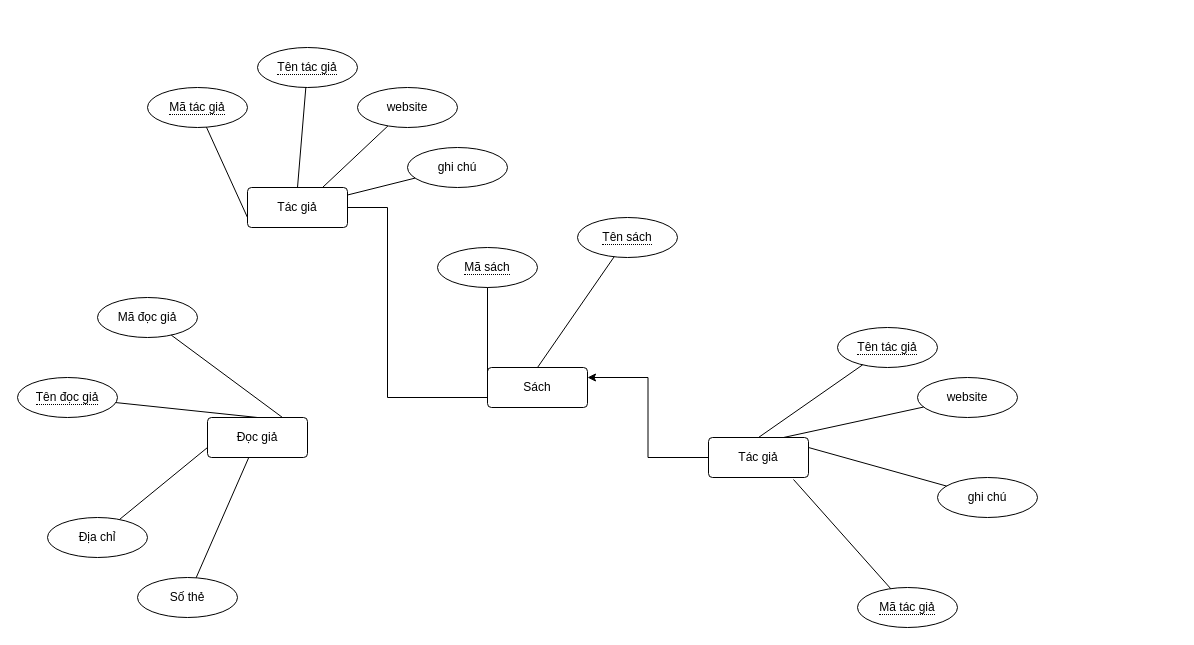
This is Biểu đồ không có tiêu đề.drawio from NhanNgocThach/Data_library, a draw.io file, before an edit. Source tidied: cells renumbered, new cells numbered last; positions are measured from the earlier drawing's top-left corner, leaving out a move shared by most shapes. Both pictures are drawn from the tidied source at 100%, with x=0, y=0 at pixel (17, 47).
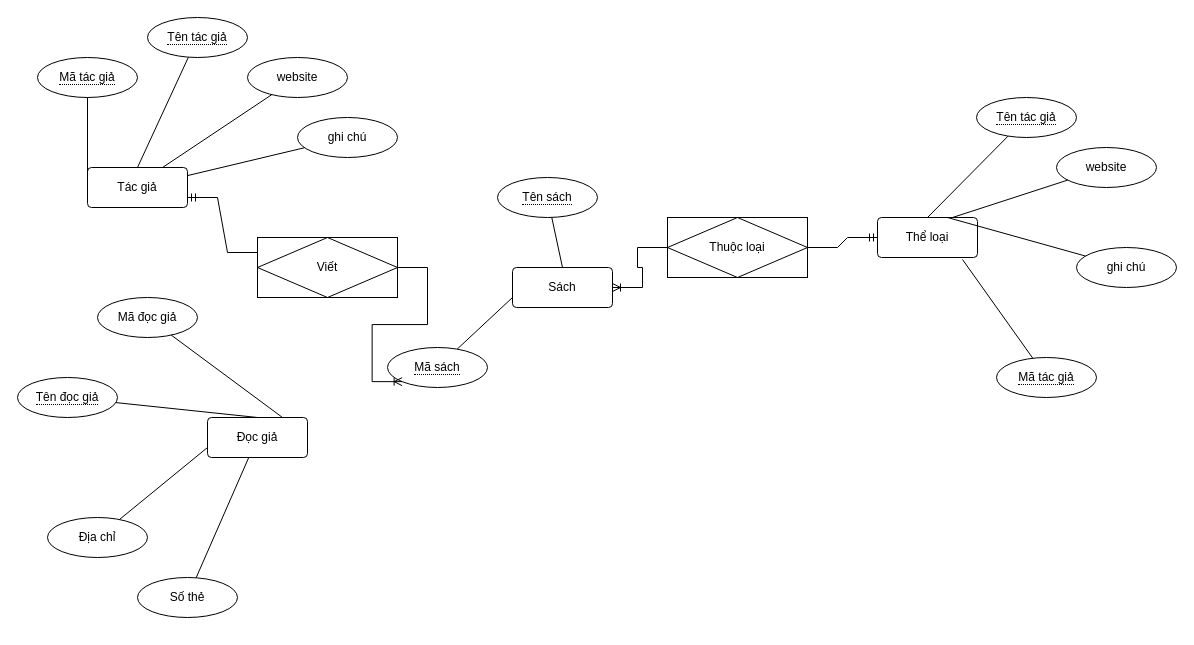
The same diagram, later.

Commit message (it also covers changes not shown here):
EDR_library

The edit, as a diff of the source:
```diff
@@
-    <mxCell id="2" style="edgeStyle=orthogonalEdgeStyle;rounded=0;jettySize=auto;html=1;" parent="1" edge="1" source="3">
-      <mxGeometry relative="1" as="geometry">
-        <mxPoint x="480" y="340" as="targetPoint" />
-        <Array as="points">
-          <mxPoint x="370" y="160" />
-          <mxPoint x="370" y="350" />
-        </Array>
-      </mxGeometry>
-    </mxCell>
     <mxCell id="3" value="Tác giả" style="rounded=1;arcSize=10;whiteSpace=wrap;html=1;align=center;" parent="1" vertex="1">
-      <mxGeometry x="230" y="140" width="100" height="40" as="geometry" />
+      <mxGeometry x="70" y="120" width="100" height="40" as="geometry" />
     </mxCell>
     <mxCell id="4" value="website" style="ellipse;whiteSpace=wrap;html=1;align=center;" parent="1" vertex="1">
-      <mxGeometry x="340" y="40" width="100" height="40" as="geometry" />
+      <mxGeometry x="230" y="10" width="100" height="40" as="geometry" />
     </mxCell>
     <mxCell id="5" value="&lt;span style=&quot;border-bottom: 1px dotted&quot;&gt;Tên tác giả&lt;/span&gt;" style="ellipse;whiteSpace=wrap;html=1;align=center;" parent="1" vertex="1">
-      <mxGeometry x="240" width="100" height="40" as="geometry" />
+      <mxGeometry x="130" y="-30" width="100" height="40" as="geometry" />
     </mxCell>
     <mxCell id="6" value="&lt;span style=&quot;border-bottom: 1px dotted&quot;&gt;Mã tác giả&lt;/span&gt;" style="ellipse;whiteSpace=wrap;html=1;align=center;" parent="1" vertex="1">
-      <mxGeometry x="130" y="40" width="100" height="40" as="geometry" />
+      <mxGeometry x="20" y="10" width="100" height="40" as="geometry" />
     </mxCell>
     <mxCell id="7" value="ghi chú" style="ellipse;whiteSpace=wrap;html=1;align=center;" parent="1" vertex="1">
-      <mxGeometry x="390" y="100" width="100" height="40" as="geometry" />
+      <mxGeometry x="280" y="70" width="100" height="40" as="geometry" />
     </mxCell>
@@
     <mxCell id="12" value="Sách" style="rounded=1;arcSize=10;whiteSpace=wrap;html=1;align=center;" parent="1" vertex="1">
-      <mxGeometry x="470" y="320" width="100" height="40" as="geometry" />
+      <mxGeometry x="495" y="220" width="100" height="40" as="geometry" />
     </mxCell>
     <mxCell id="13" value="&lt;span style=&quot;border-bottom: 1px dotted&quot;&gt;Tên sách&lt;/span&gt;" style="ellipse;whiteSpace=wrap;html=1;align=center;" parent="1" vertex="1">
-      <mxGeometry x="560" y="170" width="100" height="40" as="geometry" />
+      <mxGeometry x="480" y="130" width="100" height="40" as="geometry" />
     </mxCell>
     <mxCell id="14" value="&lt;span style=&quot;border-bottom: 1px dotted&quot;&gt;Mã sách&lt;/span&gt;" style="ellipse;whiteSpace=wrap;html=1;align=center;" parent="1" vertex="1">
-      <mxGeometry x="420" y="200" width="100" height="40" as="geometry" />
+      <mxGeometry x="370" y="300" width="100" height="40" as="geometry" />
     </mxCell>
@@
-    <mxCell id="26" style="edgeStyle=orthogonalEdgeStyle;rounded=0;jettySize=auto;html=1;entryX=1;entryY=0.25;entryDx=0;entryDy=0;" parent="1" edge="1" source="27" target="12">
-      <mxGeometry relative="1" as="geometry" />
-    </mxCell>
-    <mxCell id="27" value="Tác giả" style="rounded=1;arcSize=10;whiteSpace=wrap;html=1;align=center;" parent="1" vertex="1">
-      <mxGeometry x="691" y="390" width="100" height="40" as="geometry" />
+    <mxCell id="27" value="Thể loại" style="rounded=1;arcSize=10;whiteSpace=wrap;html=1;align=center;" parent="1" vertex="1">
+      <mxGeometry x="860" y="170" width="100" height="40" as="geometry" />
     </mxCell>
     <mxCell id="28" value="website" style="ellipse;whiteSpace=wrap;html=1;align=center;" parent="1" vertex="1">
-      <mxGeometry x="900" y="330" width="100" height="40" as="geometry" />
+      <mxGeometry x="1039" y="100" width="100" height="40" as="geometry" />
     </mxCell>
     <mxCell id="29" value="&lt;span style=&quot;border-bottom: 1px dotted&quot;&gt;Tên tác giả&lt;/span&gt;" style="ellipse;whiteSpace=wrap;html=1;align=center;" parent="1" vertex="1">
-      <mxGeometry x="820" y="280" width="100" height="40" as="geometry" />
+      <mxGeometry x="959" y="50" width="100" height="40" as="geometry" />
     </mxCell>
     <mxCell id="30" value="&lt;span style=&quot;border-bottom: 1px dotted&quot;&gt;Mã tác giả&lt;/span&gt;" style="ellipse;whiteSpace=wrap;html=1;align=center;" parent="1" vertex="1">
-      <mxGeometry x="840" y="540" width="100" height="40" as="geometry" />
+      <mxGeometry x="979" y="310" width="100" height="40" as="geometry" />
     </mxCell>
     <mxCell id="31" value="ghi chú" style="ellipse;whiteSpace=wrap;html=1;align=center;" parent="1" vertex="1">
-      <mxGeometry x="920" y="430" width="100" height="40" as="geometry" />
+      <mxGeometry x="1059" y="200" width="100" height="40" as="geometry" />
     </mxCell>
@@
     <mxCell id="33" style="endArrow=none;html=1;rounded=0;" parent="1" edge="1" target="31">
       <mxGeometry relative="1" as="geometry">
-        <mxPoint x="791" y="400" as="sourcePoint" />
+        <mxPoint x="930" y="170" as="sourcePoint" />
       </mxGeometry>
     </mxCell>
@@
+    <mxCell id="36" value="Viết" style="shape=associativeEntity;whiteSpace=wrap;html=1;align=center;" parent="1" vertex="1">
+      <mxGeometry x="240" y="190" width="140" height="60" as="geometry" />
+    </mxCell>
+    <mxCell id="37" style="edgeStyle=entityRelationEdgeStyle;fontSize=12;html=1;endArrow=ERoneToMany;rounded=0;entryX=0;entryY=1;entryDx=0;entryDy=0;exitX=1;exitY=0.5;exitDx=0;exitDy=0;" parent="1" edge="1" source="36" target="14">
+      <mxGeometry relative="1" as="geometry" />
+    </mxCell>
+    <mxCell id="38" style="edgeStyle=entityRelationEdgeStyle;fontSize=12;html=1;endArrow=ERmandOne;rounded=0;exitX=0;exitY=0.25;exitDx=0;exitDy=0;entryX=1;entryY=0.75;entryDx=0;entryDy=0;" parent="1" edge="1" source="36" target="3">
+      <mxGeometry relative="1" as="geometry" />
+    </mxCell>
+    <mxCell id="39" value="Thuộc loại" style="shape=associativeEntity;whiteSpace=wrap;html=1;align=center;" parent="1" vertex="1">
+      <mxGeometry x="650" y="170" width="140" height="60" as="geometry" />
+    </mxCell>
+    <mxCell id="40" style="edgeStyle=orthogonalEdgeStyle;rounded=0;orthogonalLoop=1;jettySize=auto;html=1;exitX=0.5;exitY=1;exitDx=0;exitDy=0;" parent="1" edge="1" source="13" target="13">
+      <mxGeometry relative="1" as="geometry" />
+    </mxCell>
+    <mxCell id="41" style="edgeStyle=entityRelationEdgeStyle;fontSize=12;html=1;endArrow=ERoneToMany;rounded=0;entryX=1;entryY=0.5;entryDx=0;entryDy=0;exitX=0;exitY=0.5;exitDx=0;exitDy=0;" parent="1" edge="1" source="39" target="12">
+      <mxGeometry relative="1" as="geometry" />
+    </mxCell>
+    <mxCell id="42" style="edgeStyle=entityRelationEdgeStyle;fontSize=12;html=1;endArrow=ERmandOne;rounded=0;exitX=1;exitY=0.5;exitDx=0;exitDy=0;" parent="1" edge="1" source="39" target="27">
+      <mxGeometry relative="1" as="geometry" />
+    </mxCell>
```
